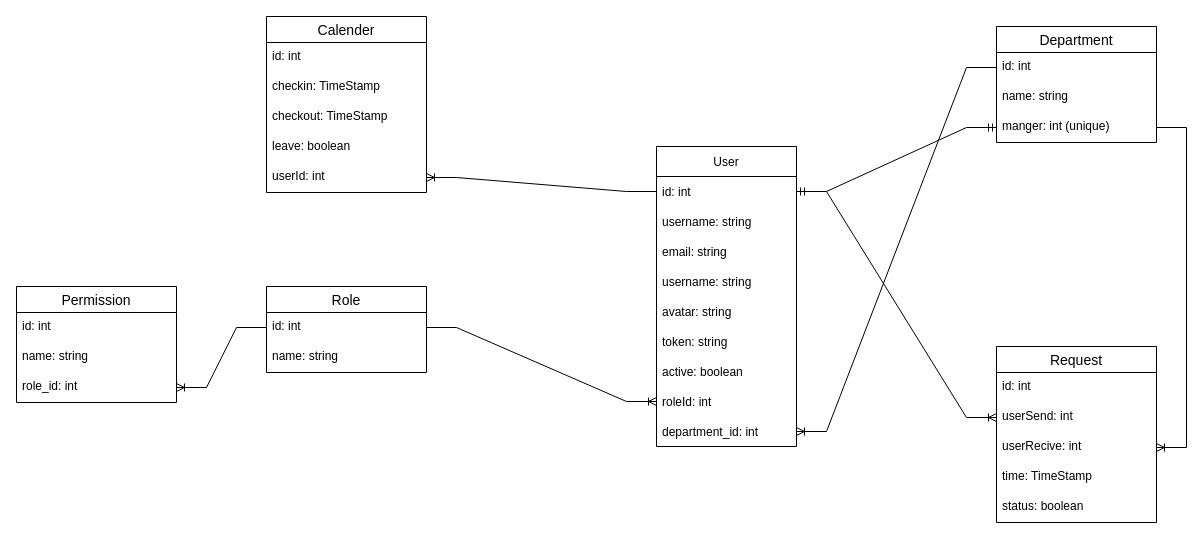
LeQuangKhai99/Nestjs_fullstack keeps this draw.io diagram as page "Database" (2 of 4) of Untitled Diagram.drawio. Above is the earlier version. Source tidied: cells renumbered, new cells numbered last; positions are measured from the earlier drawing's top-left corner, leaving out a move shared by most shapes. Both pictures are drawn from the tidied source at 100%, with x=0, y=0 at pixel (16, 16).
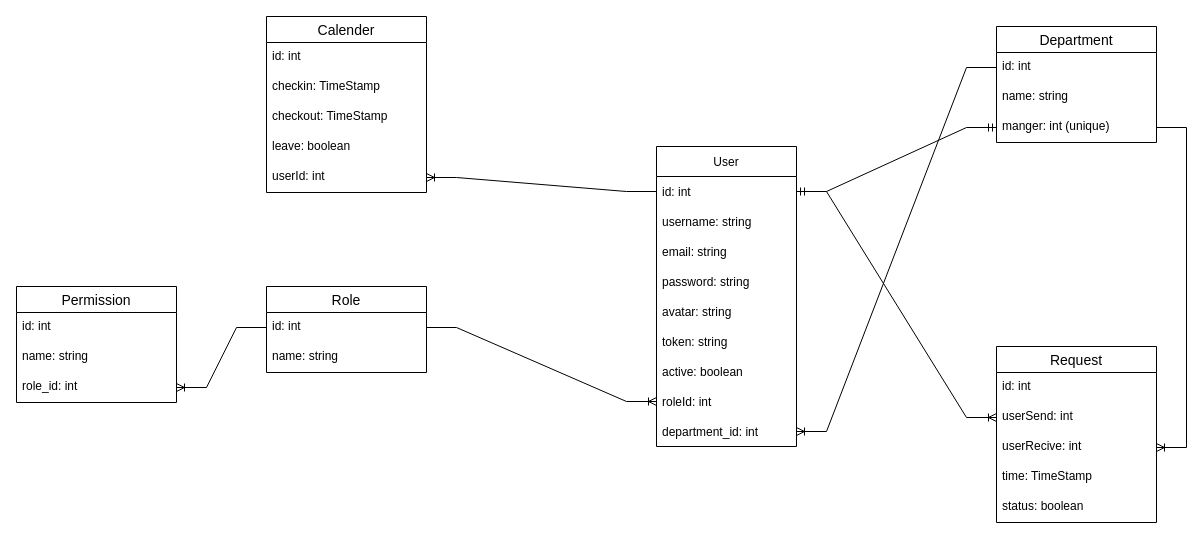
After the change.

Unchanged cells that the change refers to:
```xml
<mxCell id="2" value="User" style="swimlane;fontStyle=0;horizontal=1;startSize=30;" parent="1" vertex="1">
  <mxGeometry x="640" y="130" width="140" height="300" as="geometry" />
</mxCell>
```

Diff of the diagram source:
```diff
@@
-    <mxCell id="6" value="username: string" style="text;strokeColor=none;fillColor=none;align=left;verticalAlign=middle;spacingLeft=4;spacingRight=4;overflow=hidden;" parent="2" vertex="1">
+    <mxCell id="6" value="password: string" style="text;strokeColor=none;fillColor=none;align=left;verticalAlign=middle;spacingLeft=4;spacingRight=4;overflow=hidden;" parent="2" vertex="1">
       <mxGeometry y="120" width="140" height="30" as="geometry" />
     </mxCell>
```
